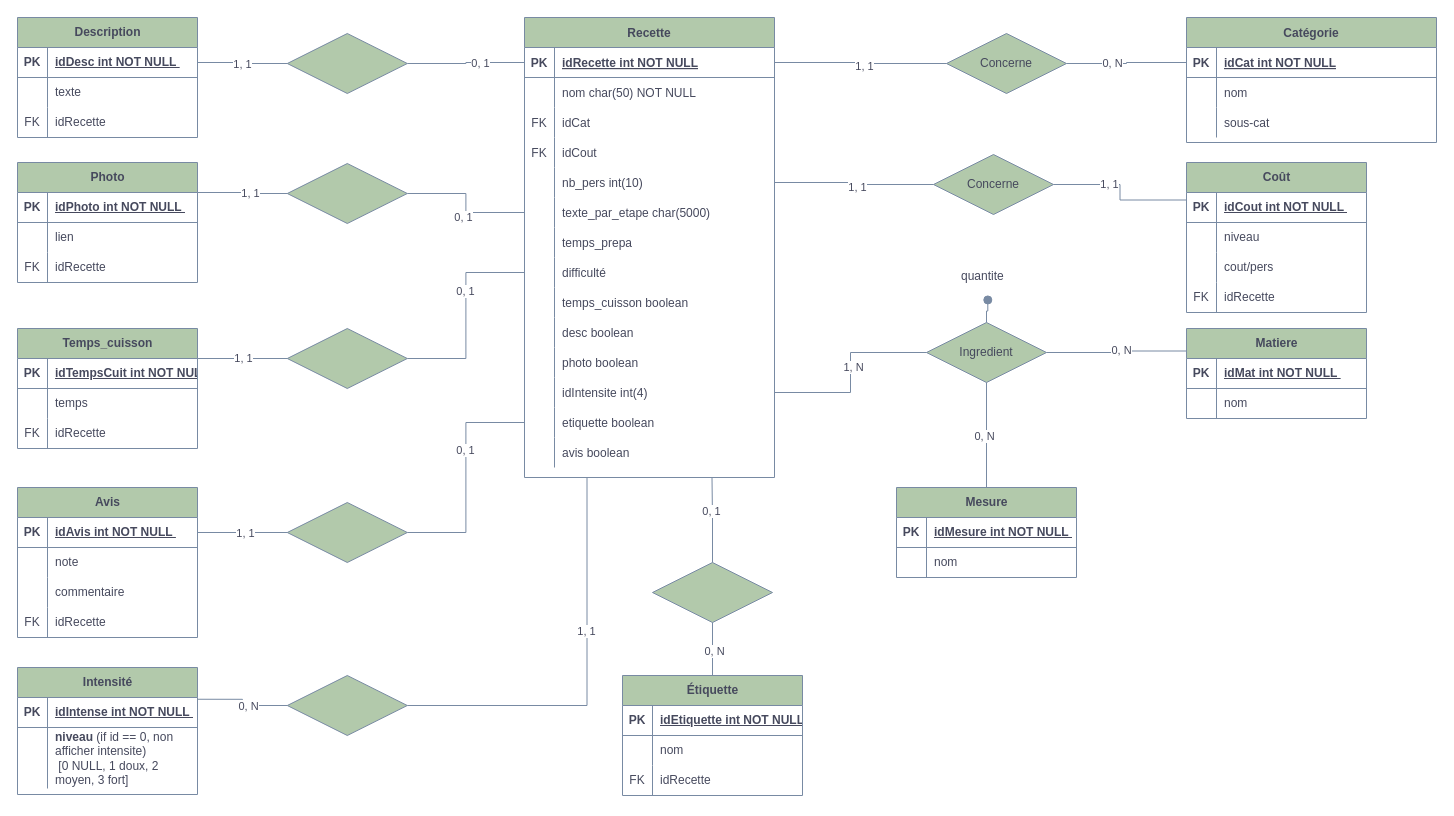
The draw.io diagram 未命名绘图.drawio in nicrain/nicrain.github.io, before the edit. Source tidied: cells renumbered, new cells numbered last; positions are measured from the earlier drawing's top-left corner, leaving out a move shared by most shapes. Both pictures are drawn from the tidied source at 100%, with x=0, y=0 at pixel (17, 17).
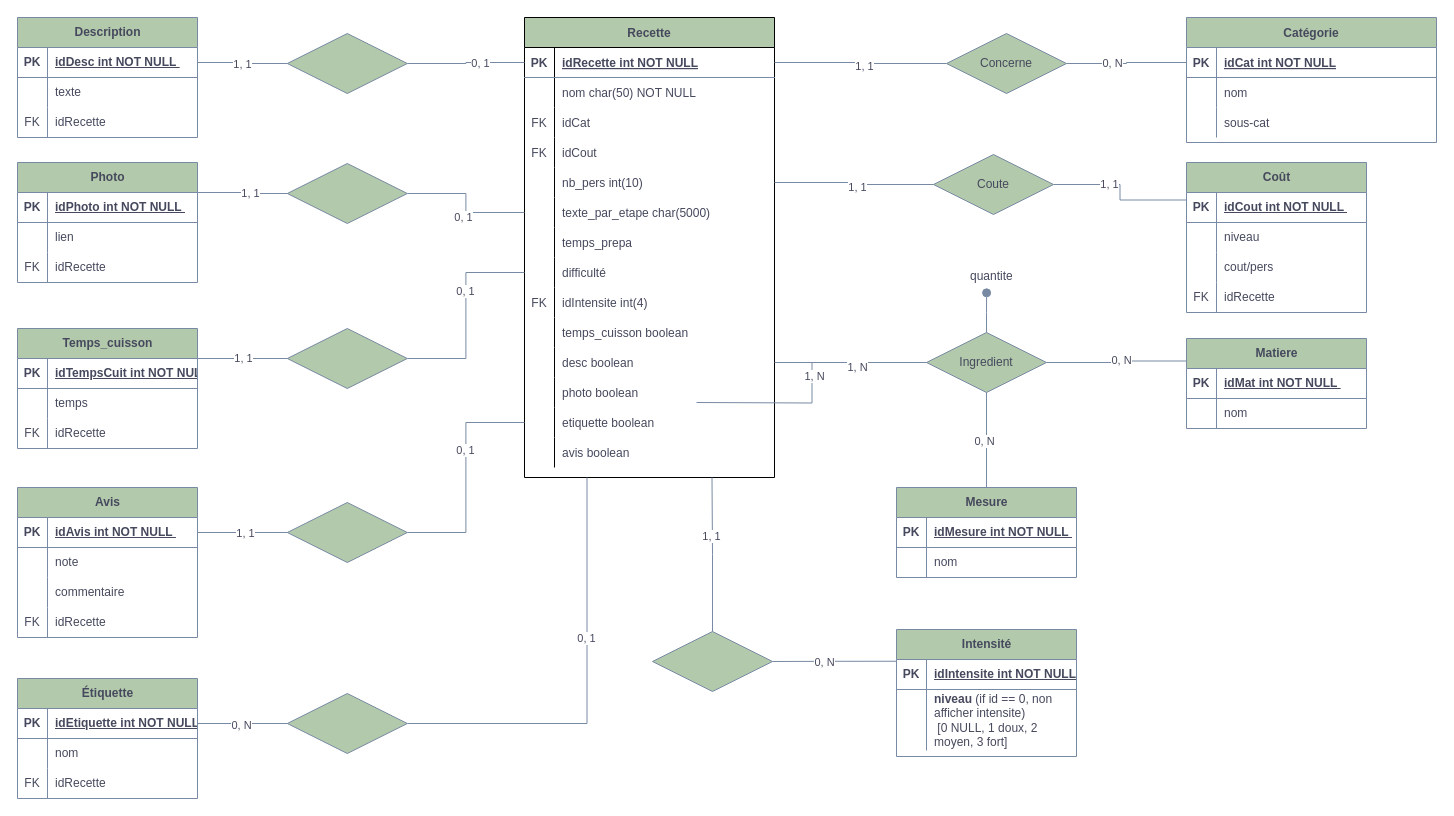
The same page after the edit.

Commit message (it also covers changes not shown here):
更新未命名绘图.drawio

Unchanged cells that the change refers to:
```xml
<mxCell id="84" style="shape=tableRow;horizontal=0;startSize=0;swimlaneHead=0;swimlaneBody=0;fillColor=none;top=0;left=0;right=0;bottom=1;strokeColor=#788AA3;fontColor=#46495D;perimeterSpacing=1;" parent="83" vertex="1">
  <mxGeometry y="30" width="180" height="30" as="geometry" />
</mxCell>
<mxCell id="91" style="shape=tableRow;horizontal=0;startSize=0;swimlaneHead=0;swimlaneBody=0;fillColor=none;points=[[0,0.5],[1,0.5]];portConstraint=eastwest;top=0;left=0;right=0;bottom=1;strokeColor=#788AA3;fontColor=#46495D;" parent="90" vertex="1">
  <mxGeometry y="30" width="180" height="30" as="geometry" />
</mxCell>
```

What changed in the source:
```diff
@@
-    <mxCell id="14" value="Recette" style="shape=table;startSize=30;childLayout=tableLayout;rowLines=0;fontStyle=1;align=center;labelBackgroundColor=none;fillColor=#B2C9AB;strokeColor=#788AA3;fontColor=#46495D;swimlaneFillColor=none;" parent="1" vertex="1">
+    <mxCell id="14" value="Recette" style="shape=table;startSize=30;childLayout=tableLayout;rowLines=0;fontStyle=1;align=center;labelBackgroundColor=none;fillColor=#B2C9AB;strokeColor=default;fontColor=#46495D;swimlaneFillColor=none;gradientColor=none;perimeterSpacing=0;rounded=0;labelBorderColor=none;" parent="1" vertex="1">
       <mxGeometry x="507" width="250" height="460" as="geometry" />
     </mxCell>
@@
+    <mxCell id="191" style="shape=partialRectangle;fillColor=none;top=0;left=0;right=0;bottom=0;labelBackgroundColor=none;strokeColor=#788AA3;fontColor=#46495D;" parent="14" vertex="1">
+      <mxGeometry y="270" width="250" height="30" as="geometry" />
+    </mxCell>
+    <mxCell id="192" value="FK" style="shape=partialRectangle;overflow=hidden;fillColor=none;top=0;left=0;bottom=0;right=0;labelBackgroundColor=none;strokeColor=#788AA3;fontColor=#46495D;" parent="191" vertex="1">
+      <mxGeometry width="30" height="30" as="geometry" />
+    </mxCell>
+    <mxCell id="50" value="idIntensite int(4)" style="shape=partialRectangle;overflow=hidden;fillColor=none;top=0;left=0;bottom=0;right=0;align=left;spacingLeft=6;labelBackgroundColor=none;strokeColor=#788AA3;fontColor=#46495D;" parent="191" vertex="1">
+      <mxGeometry x="30" width="220" height="30" as="geometry" />
+    </mxCell>
     <mxCell id="39" style="shape=partialRectangle;fillColor=none;top=0;left=0;right=0;bottom=0;labelBackgroundColor=none;strokeColor=#788AA3;fontColor=#46495D;" parent="14" vertex="1">
-      <mxGeometry y="270" width="250" height="30" as="geometry" />
+      <mxGeometry y="300" width="250" height="30" as="geometry" />
     </mxCell>
@@
     <mxCell id="42" style="shape=partialRectangle;fillColor=none;points=[[0,0.5],[1,0.5]];portConstraint=eastwest;top=0;left=0;right=0;bottom=0;labelBackgroundColor=none;strokeColor=#788AA3;fontColor=#46495D;" parent="14" vertex="1">
-      <mxGeometry y="300" width="250" height="30" as="geometry" />
+      <mxGeometry y="330" width="250" height="30" as="geometry" />
     </mxCell>
@@
     <mxCell id="45" style="shape=partialRectangle;fillColor=none;top=0;left=0;right=0;bottom=0;labelBackgroundColor=none;strokeColor=#788AA3;fontColor=#46495D;" parent="14" vertex="1">
-      <mxGeometry y="330" width="250" height="30" as="geometry" />
+      <mxGeometry y="360" width="250" height="30" as="geometry" />
     </mxCell>
@@
-    <mxCell id="48" style="shape=partialRectangle;fillColor=none;points=[[0,0.5],[1,0.5]];portConstraint=eastwest;top=0;left=0;right=0;bottom=0;labelBackgroundColor=none;strokeColor=#788AA3;fontColor=#46495D;" parent="14" vertex="1">
-      <mxGeometry y="360" width="250" height="30" as="geometry" />
-    </mxCell>
-    <mxCell id="49" style="shape=partialRectangle;overflow=hidden;fillColor=none;top=0;left=0;bottom=0;right=0;labelBackgroundColor=none;strokeColor=#788AA3;fontColor=#46495D;" parent="48" vertex="1">
-      <mxGeometry width="30" height="30" as="geometry" />
-    </mxCell>
-    <mxCell id="50" value="idIntensite int(4)" style="shape=partialRectangle;overflow=hidden;fillColor=none;top=0;left=0;bottom=0;right=0;align=left;spacingLeft=6;labelBackgroundColor=none;strokeColor=#788AA3;fontColor=#46495D;" parent="48" vertex="1">
-      <mxGeometry x="30" width="220" height="30" as="geometry" />
-    </mxCell>
@@
     <mxCell id="83" value="Intensité" style="shape=table;startSize=30;childLayout=tableLayout;rowLines=0;fontStyle=1;align=center;html=1;strokeColor=#788AA3;fontColor=#46495D;fillColor=#B2C9AB;" parent="1" vertex="1">
-      <mxGeometry y="650" width="180" height="127" as="geometry" />
+      <mxGeometry x="879" y="612" width="180" height="127" as="geometry" />
     </mxCell>
@@
-    <mxCell id="86" value="&lt;span style=&quot;white-space: nowrap;&quot;&gt;idIntense int NOT NULL&amp;nbsp;&lt;/span&gt;" style="shape=partialRectangle;fillColor=none;top=0;left=0;bottom=0;right=0;align=left;spacingLeft=6;fontStyle=5;overflow=hidden;whiteSpace=wrap;html=1;strokeColor=#788AA3;fontColor=#46495D;perimeterSpacing=1;" parent="84" vertex="1">
+    <mxCell id="86" value="&lt;span style=&quot;white-space: nowrap;&quot;&gt;idIntensite int NOT NULL&amp;nbsp;&lt;/span&gt;" style="shape=partialRectangle;fillColor=none;top=0;left=0;bottom=0;right=0;align=left;spacingLeft=6;fontStyle=5;overflow=hidden;whiteSpace=wrap;html=1;strokeColor=#788AA3;fontColor=#46495D;perimeterSpacing=1;" parent="84" vertex="1">
       <mxGeometry x="30" width="150" height="30" as="geometry" />
     </mxCell>
@@
     <mxCell id="90" value="Étiquette" style="shape=table;startSize=30;childLayout=tableLayout;rowLines=0;fontStyle=1;align=center;html=1;strokeColor=#788AA3;fontColor=#46495D;fillColor=#B2C9AB;" parent="1" vertex="1">
-      <mxGeometry x="605" y="658" width="180" height="120" as="geometry" />
+      <mxGeometry y="661" width="180" height="120" as="geometry" />
     </mxCell>
@@
     <mxCell id="133" style="shape=rhombus;perimeter=rhombusPerimeter;whiteSpace=wrap;html=1;align=center;strokeColor=#788AA3;fontColor=#46495D;fillColor=#B2C9AB;" parent="1" vertex="1">
-      <mxGeometry x="635" y="545" width="120" height="60" as="geometry" />
+      <mxGeometry x="269.8" y="676" width="120" height="60" as="geometry" />
     </mxCell>
-    <mxCell id="134" style="edgeStyle=orthogonalEdgeStyle;elbow=horizontal;endArrow=none;html=1;rounded=0;endSize=8;startSize=8;strokeColor=#788AA3;fontColor=#46495D;fillColor=#B2C9AB;endFill=0;entryX=0.75;entryY=1;entryDx=0;entryDy=0;exitX=0.5;exitY=0;exitDx=0;exitDy=0;" parent="1" edge="1" source="133" target="14">
+    <mxCell id="134" style="edgeStyle=orthogonalEdgeStyle;elbow=horizontal;endArrow=none;html=1;rounded=0;endSize=8;startSize=8;strokeColor=#788AA3;fontColor=#46495D;fillColor=#B2C9AB;endFill=0;entryX=0.25;entryY=1;entryDx=0;entryDy=0;exitX=1;exitY=0.5;exitDx=0;exitDy=0;" parent="1" edge="1" source="133" target="14">
       <mxGeometry relative="1" as="geometry" />
     </mxCell>
@@
-    <mxCell id="136" style="edgeStyle=orthogonalEdgeStyle;elbow=horizontal;endArrow=none;html=1;rounded=0;endSize=8;startSize=8;strokeColor=#788AA3;fontColor=#46495D;fillColor=#B2C9AB;endFill=0;entryX=0.5;entryY=1;entryDx=0;entryDy=0;exitX=0.5;exitY=0;exitDx=0;exitDy=0;" parent="1" edge="1" source="90" target="133">
+    <mxCell id="136" style="edgeStyle=orthogonalEdgeStyle;elbow=horizontal;endArrow=none;html=1;rounded=0;endSize=8;startSize=8;strokeColor=#788AA3;fontColor=#46495D;fillColor=#B2C9AB;endFill=0;entryX=0;entryY=0.5;entryDx=0;entryDy=0;exitX=1;exitY=0.5;exitDx=0;exitDy=0;" parent="1" edge="1" source="91" target="133">
       <mxGeometry relative="1" as="geometry" />
     </mxCell>
@@
     <mxCell id="158" style="shape=rhombus;perimeter=rhombusPerimeter;whiteSpace=wrap;html=1;align=center;strokeColor=#788AA3;fontColor=#46495D;fillColor=#B2C9AB;" parent="1" vertex="1">
-      <mxGeometry x="269.8" y="658" width="120" height="60" as="geometry" />
+      <mxGeometry x="635" y="614" width="120" height="60" as="geometry" />
     </mxCell>
-    <mxCell id="159" style="edgeStyle=orthogonalEdgeStyle;elbow=horizontal;endArrow=none;html=1;rounded=0;endSize=8;startSize=8;strokeColor=#788AA3;fontColor=#46495D;fillColor=#B2C9AB;endFill=0;entryX=0.25;entryY=1;entryDx=0;entryDy=0;exitX=1;exitY=0.5;exitDx=0;exitDy=0;" parent="1" edge="1" source="158" target="14">
+    <mxCell id="159" style="edgeStyle=orthogonalEdgeStyle;elbow=horizontal;endArrow=none;html=1;rounded=0;endSize=8;startSize=8;strokeColor=#788AA3;fontColor=#46495D;fillColor=#B2C9AB;endFill=0;entryX=0.75;entryY=1;entryDx=0;entryDy=0;exitX=0.5;exitY=0;exitDx=0;exitDy=0;" parent="1" edge="1" source="158" target="14">
       <mxGeometry relative="1" as="geometry" />
     </mxCell>
@@
-    <mxCell id="161" style="edgeStyle=orthogonalEdgeStyle;elbow=horizontal;endArrow=none;html=1;rounded=0;endSize=8;startSize=8;strokeColor=#788AA3;fontColor=#46495D;fillColor=#B2C9AB;endFill=0;entryX=0;entryY=0.5;entryDx=0;entryDy=0;exitX=1;exitY=0.25;exitDx=0;exitDy=0;" parent="1" edge="1" source="83" target="158">
+    <mxCell id="161" style="edgeStyle=orthogonalEdgeStyle;elbow=horizontal;endArrow=none;html=1;rounded=0;endSize=8;startSize=8;strokeColor=#788AA3;fontColor=#46495D;fillColor=#B2C9AB;endFill=0;entryX=1;entryY=0.5;entryDx=0;entryDy=0;exitX=0;exitY=0.25;exitDx=0;exitDy=0;" parent="1" edge="1" source="83" target="158">
       <mxGeometry relative="1" as="geometry" />
     </mxCell>
@@
     <mxCell id="163" value="Matiere" style="shape=table;startSize=30;childLayout=tableLayout;rowLines=0;fontStyle=1;align=center;html=1;strokeColor=#788AA3;fontColor=#46495D;fillColor=#B2C9AB;" parent="1" vertex="1">
-      <mxGeometry x="1169" y="311" width="180" height="90" as="geometry" />
+      <mxGeometry x="1169" y="321" width="180" height="90" as="geometry" />
     </mxCell>
@@
     <mxCell id="177" value="Ingredient" style="shape=rhombus;perimeter=rhombusPerimeter;whiteSpace=wrap;html=1;align=center;strokeColor=#788AA3;fontColor=#46495D;fillColor=#B2C9AB;" parent="1" vertex="1">
-      <mxGeometry x="909" y="305" width="120" height="60" as="geometry" />
+      <mxGeometry x="909" y="315" width="120" height="60" as="geometry" />
     </mxCell>
@@
-    <mxCell id="180" style="elbow=horizontal;endArrow=none;html=1;rounded=0;endSize=8;startSize=8;strokeColor=#788AA3;fontColor=#46495D;fillColor=#B2C9AB;endFill=0;exitX=1;exitY=0.5;exitDx=0;exitDy=0;entryX=0;entryY=0.5;entryDx=0;entryDy=0;edgeStyle=orthogonalEdgeStyle;" parent="1" edge="1" source="48" target="177">
-      <mxGeometry relative="1" as="geometry" />
+    <mxCell id="180" style="elbow=horizontal;endArrow=none;html=1;rounded=0;endSize=8;startSize=8;strokeColor=#788AA3;fontColor=#46495D;fillColor=#B2C9AB;endFill=0;exitX=1;exitY=0.5;exitDx=0;exitDy=0;entryX=0;entryY=0.5;entryDx=0;entryDy=0;edgeStyle=orthogonalEdgeStyle;" parent="1" edge="1" target="177">
+      <mxGeometry relative="1" as="geometry">
+        <mxPoint x="679" y="385" as="sourcePoint" />
+      </mxGeometry>
     </mxCell>
@@
-    <mxCell id="184" value="quantite" style="text;strokeColor=none;fillColor=none;spacingLeft=4;spacingRight=4;overflow=hidden;points=[[0,0.5],[1,0.5]];portConstraint=eastwest;fontSize=12;whiteSpace=wrap;html=1;fontColor=#46495D;" parent="1" vertex="1">
-      <mxGeometry x="938" y="245" width="76" height="37" as="geometry" />
+    <mxCell id="184" value="&lt;font&gt;quantite&lt;/font&gt;" style="text;strokeColor=none;fillColor=none;spacingLeft=4;spacingRight=4;overflow=hidden;points=[[0,0.5],[1,0.5]];portConstraint=eastwest;fontSize=12;whiteSpace=wrap;html=1;fontColor=#46495D;" parent="1" vertex="1">
+      <mxGeometry x="947" y="245" width="52" height="30" as="geometry" />
     </mxCell>
@@
-    <mxCell id="186" value="Concerne" style="shape=rhombus;perimeter=rhombusPerimeter;whiteSpace=wrap;html=1;align=center;strokeColor=#788AA3;fontColor=#46495D;fillColor=#B2C9AB;" parent="1" vertex="1">
+    <mxCell id="186" value="Coute" style="shape=rhombus;perimeter=rhombusPerimeter;whiteSpace=wrap;html=1;align=center;strokeColor=#788AA3;fontColor=#46495D;fillColor=#B2C9AB;" parent="1" vertex="1">
       <mxGeometry x="916" y="137" width="120" height="60" as="geometry" />
     </mxCell>
@@
+    <mxCell id="193" style="edgeStyle=orthogonalEdgeStyle;rounded=0;jettySize=auto;html=1;strokeColor=#788AA3;fontColor=#46495D;fillColor=#B2C9AB;startArrow=none;startFill=0;endArrow=none;endFill=0;entryX=1;entryY=0.5;entryDx=0;entryDy=0;exitX=0;exitY=0.5;exitDx=0;exitDy=0;" parent="1" edge="1" source="177" target="42">
+      <mxGeometry relative="1" as="geometry" />
+    </mxCell>
+    <mxCell id="194" value="1, N" style="edgeLabel;html=1;align=center;verticalAlign=middle;strokeColor=#788AA3;fontColor=#46495D;fillColor=#B2C9AB;" parent="193" vertex="1">
+      <mxGeometry x="-0.04" y="2" relative="1" as="geometry">
+        <mxPoint x="3" y="2" as="offset" />
+      </mxGeometry>
+    </mxCell>
```
